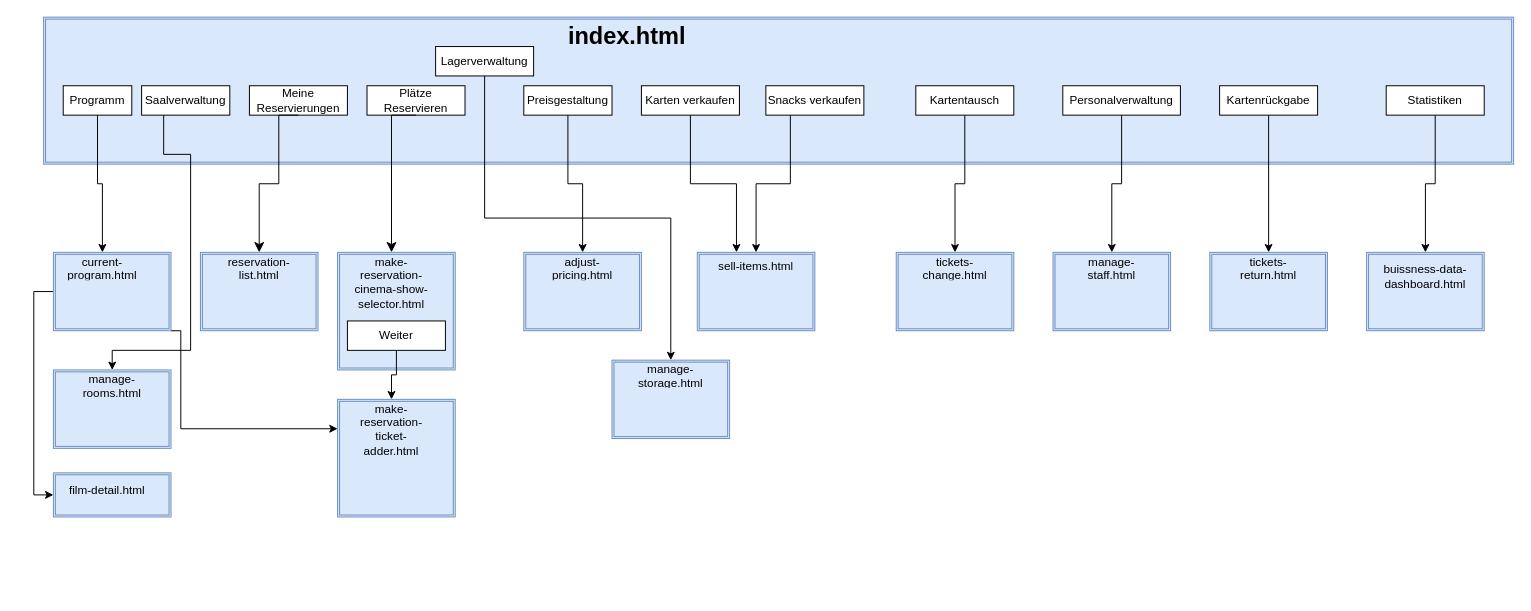
The draw.io diagram src/main/asciidoc/models/design/dialog-flow.drawio in Leonard0108/Anwendungsprogrammierung, before the edit. Source tidied: cells renumbered, new cells numbered last; positions are measured from the earlier drawing's top-left corner, leaving out a move shared by most shapes. Both pictures are drawn from the tidied source at 98%, with x=0, y=0 at pixel (43, 17).
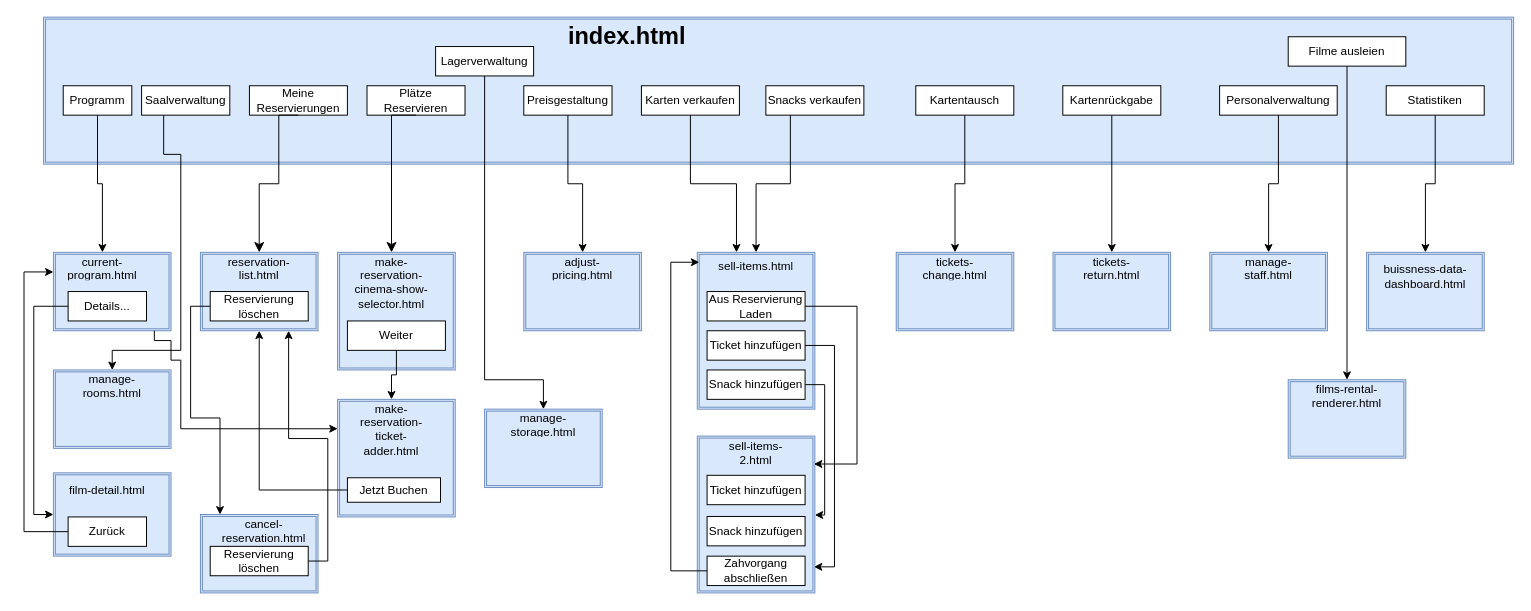
After the change.

Commit message (it also covers changes not shown here):
dialog-flow-diagramm überarbeitet

Unchanged cells that the change refers to:
```xml
<mxCell id="11" style="shape=ext;double=1;rounded=0;whiteSpace=wrap;html=1;fillColor=#dae8fc;strokeColor=#6c8ebf;" parent="1" vertex="1">
  <mxGeometry x="160" y="240" width="120" height="80" as="geometry" />
</mxCell>
<mxCell id="37" value="Saalverwaltung" style="html=1;whiteSpace=wrap;" parent="1" vertex="1">
  <mxGeometry x="100" y="70" width="90" height="30" as="geometry" />
</mxCell>
<mxCell id="39" value="manage-rooms.html" style="text;html=1;strokeColor=none;fillColor=none;align=center;verticalAlign=middle;whiteSpace=wrap;overflow=hidden;" parent="1" vertex="1">
  <mxGeometry x="30" y="360" width="80" height="30" as="geometry" />
</mxCell>
<mxCell id="49" value="Lagerverwaltung" style="html=1;whiteSpace=wrap;" parent="1" vertex="1">
  <mxGeometry x="400" y="30" width="100" height="30" as="geometry" />
</mxCell>
<mxCell id="52" style="shape=ext;double=1;rounded=0;whiteSpace=wrap;html=1;fillColor=#dae8fc;strokeColor=#6c8ebf;" parent="1" vertex="1">
  <mxGeometry x="300" y="390" width="120" height="120" as="geometry" />
</mxCell>
```

Diff of the diagram source:
```diff
@@
+    <mxCell id="6" style="shape=ext;double=1;rounded=0;whiteSpace=wrap;html=1;fillColor=#dae8fc;strokeColor=#6c8ebf;" parent="1" vertex="1">
+      <mxGeometry x="10" y="240" width="120" height="80" as="geometry" />
+    </mxCell>
@@
-    <mxCell id="4" style="edgeStyle=orthogonalEdgeStyle;rounded=0;jettySize=auto;html=1;exitX=1;exitY=1;exitDx=0;exitDy=0;entryX=0;entryY=0.25;entryDx=0;entryDy=0;" parent="1" edge="1" source="6" target="52">
+    <mxCell id="4" style="edgeStyle=orthogonalEdgeStyle;rounded=0;jettySize=auto;html=1;exitX=0.858;exitY=1;exitDx=0;exitDy=0;entryX=0;entryY=0.25;entryDx=0;entryDy=0;exitPerimeter=0;" parent="1" edge="1" source="6" target="52">
       <mxGeometry relative="1" as="geometry">
         <Array as="points">
-          <mxPoint x="140" y="320" />
+          <mxPoint x="113" y="330" />
+          <mxPoint x="130" y="330" />
+          <mxPoint x="130" y="350" />
+          <mxPoint x="140" y="350" />
           <mxPoint x="140" y="420" />
         </Array>
       </mxGeometry>
     </mxCell>
-    <mxCell id="5" style="edgeStyle=orthogonalEdgeStyle;rounded=0;jettySize=auto;html=1;exitX=0;exitY=0.5;exitDx=0;exitDy=0;entryX=0;entryY=0.5;entryDx=0;entryDy=0;" parent="1" edge="1" source="6" target="56">
-      <mxGeometry relative="1" as="geometry" />
+    <mxCell id="5" style="edgeStyle=orthogonalEdgeStyle;rounded=0;jettySize=auto;html=1;exitX=0;exitY=0.5;exitDx=0;exitDy=0;entryX=0;entryY=0.5;entryDx=0;entryDy=0;" parent="1" edge="1" source="84" target="56">
+      <mxGeometry relative="1" as="geometry">
+        <Array as="points">
+          <mxPoint x="-10" y="295" />
+          <mxPoint x="-10" y="508" />
+        </Array>
+      </mxGeometry>
     </mxCell>
-    <mxCell id="6" style="shape=ext;double=1;rounded=0;whiteSpace=wrap;html=1;fillColor=#dae8fc;strokeColor=#6c8ebf;" parent="1" vertex="1">
-      <mxGeometry x="10" y="240" width="120" height="80" as="geometry" />
-    </mxCell>
@@
     <mxCell id="20" style="shape=ext;double=1;rounded=0;whiteSpace=wrap;html=1;fillColor=#dae8fc;strokeColor=#6c8ebf;" parent="1" vertex="1">
-      <mxGeometry x="667" y="240" width="120" height="80" as="geometry" />
+      <mxGeometry x="667" y="240" width="120" height="160" as="geometry" />
     </mxCell>
@@
     <mxCell id="29" value="Kartenrückgabe" style="html=1;whiteSpace=wrap;" parent="1" vertex="1">
-      <mxGeometry x="1200" y="70" width="100" height="30" as="geometry" />
+      <mxGeometry x="1040" y="70" width="100" height="30" as="geometry" />
     </mxCell>
     <mxCell id="30" style="shape=ext;double=1;rounded=0;whiteSpace=wrap;html=1;fillColor=#dae8fc;strokeColor=#6c8ebf;" parent="1" vertex="1">
-      <mxGeometry x="1190" y="240" width="120" height="80" as="geometry" />
+      <mxGeometry x="1030" y="240" width="120" height="80" as="geometry" />
     </mxCell>
     <mxCell id="31" value="&lt;div&gt;tickets-return.html&lt;/div&gt;" style="text;html=1;strokeColor=none;fillColor=none;align=center;verticalAlign=middle;whiteSpace=wrap;overflow=hidden;" parent="1" vertex="1">
-      <mxGeometry x="1210" y="240" width="80" height="30" as="geometry" />
+      <mxGeometry x="1050" y="240" width="80" height="30" as="geometry" />
     </mxCell>
@@
     <mxCell id="36" style="edgeStyle=orthogonalEdgeStyle;rounded=0;jettySize=auto;html=1;exitX=0.25;exitY=1;exitDx=0;exitDy=0;entryX=0.5;entryY=0;entryDx=0;entryDy=0;" parent="1" edge="1" source="37" target="39">
       <mxGeometry relative="1" as="geometry">
         <Array as="points">
-          <mxPoint x="150" y="140" />
-          <mxPoint x="150" y="340" />
+          <mxPoint x="123" y="140" />
+          <mxPoint x="140" y="140" />
+          <mxPoint x="140" y="340" />
           <mxPoint x="70" y="340" />
         </Array>
       </mxGeometry>
     </mxCell>
@@
     <mxCell id="45" value="Personalverwaltung" style="html=1;whiteSpace=wrap;" parent="1" vertex="1">
-      <mxGeometry x="1040" y="70" width="120" height="30" as="geometry" />
+      <mxGeometry x="1200" y="70" width="120" height="30" as="geometry" />
     </mxCell>
     <mxCell id="46" style="shape=ext;double=1;rounded=0;whiteSpace=wrap;html=1;fillColor=#dae8fc;strokeColor=#6c8ebf;" parent="1" vertex="1">
-      <mxGeometry x="1030" y="240" width="120" height="80" as="geometry" />
+      <mxGeometry x="1190" y="240" width="120" height="80" as="geometry" />
     </mxCell>
     <mxCell id="47" value="manage-staff.html" style="text;html=1;strokeColor=none;fillColor=none;align=center;verticalAlign=middle;whiteSpace=wrap;overflow=hidden;" parent="1" vertex="1">
-      <mxGeometry x="1050" y="240" width="80" height="30" as="geometry" />
+      <mxGeometry x="1210" y="240" width="80" height="30" as="geometry" />
     </mxCell>
     <mxCell id="48" style="edgeStyle=orthogonalEdgeStyle;rounded=0;jettySize=auto;html=1;exitX=0.5;exitY=1;exitDx=0;exitDy=0;entryX=0.5;entryY=0;entryDx=0;entryDy=0;" parent="1" edge="1" source="49" target="51">
-      <mxGeometry relative="1" as="geometry" />
+      <mxGeometry relative="1" as="geometry">
+        <Array as="points">
+          <mxPoint x="450" y="370" />
+          <mxPoint x="510" y="370" />
+        </Array>
+      </mxGeometry>
     </mxCell>
@@
     <mxCell id="50" style="shape=ext;double=1;rounded=0;whiteSpace=wrap;html=1;fillColor=#dae8fc;strokeColor=#6c8ebf;" parent="1" vertex="1">
-      <mxGeometry x="580" y="350" width="120" height="80" as="geometry" />
+      <mxGeometry x="450" y="400" width="120" height="80" as="geometry" />
     </mxCell>
     <mxCell id="51" value="manage-storage.html" style="text;html=1;strokeColor=none;fillColor=none;align=center;verticalAlign=middle;whiteSpace=wrap;overflow=hidden;" parent="1" vertex="1">
-      <mxGeometry x="600" y="350" width="80" height="30" as="geometry" />
+      <mxGeometry x="470" y="400" width="80" height="30" as="geometry" />
     </mxCell>
@@
     <mxCell id="56" style="shape=ext;double=1;rounded=0;whiteSpace=wrap;html=1;fillColor=#dae8fc;strokeColor=#6c8ebf;" parent="1" vertex="1">
-      <mxGeometry x="10" y="465" width="120" height="45" as="geometry" />
+      <mxGeometry x="10" y="465" width="120" height="85" as="geometry" />
     </mxCell>
@@
+    <mxCell id="58" style="edgeStyle=orthogonalEdgeStyle;rounded=0;jettySize=auto;html=1;exitX=0;exitY=0.5;exitDx=0;exitDy=0;entryX=0;entryY=0.25;entryDx=0;entryDy=0;" parent="1" edge="1" source="59" target="6">
+      <mxGeometry relative="1" as="geometry">
+        <Array as="points">
+          <mxPoint x="-20" y="525" />
+          <mxPoint x="-20" y="260" />
+        </Array>
+      </mxGeometry>
+    </mxCell>
+    <mxCell id="59" value="Zurück" style="rounded=0;whiteSpace=wrap;html=1;" parent="1" vertex="1">
+      <mxGeometry x="25" y="510" width="80" height="30" as="geometry" />
+    </mxCell>
+    <mxCell id="60" style="edgeStyle=orthogonalEdgeStyle;rounded=0;jettySize=auto;html=1;exitX=0;exitY=0.5;exitDx=0;exitDy=0;" parent="1" edge="1" source="61" target="11">
+      <mxGeometry relative="1" as="geometry" />
+    </mxCell>
+    <mxCell id="61" value="Jetzt Buchen" style="rounded=0;whiteSpace=wrap;html=1;" parent="1" vertex="1">
+      <mxGeometry x="310" y="470" width="95" height="25" as="geometry" />
+    </mxCell>
+    <mxCell id="62" style="edgeStyle=orthogonalEdgeStyle;rounded=0;jettySize=auto;html=1;exitX=1;exitY=0.5;exitDx=0;exitDy=0;entryX=0.992;entryY=0.834;entryDx=0;entryDy=0;entryPerimeter=0;" parent="1" edge="1" source="63" target="67">
+      <mxGeometry relative="1" as="geometry" />
+    </mxCell>
+    <mxCell id="63" value="Ticket hinzufügen" style="html=1;whiteSpace=wrap;" parent="1" vertex="1">
+      <mxGeometry x="677" y="320" width="100" height="30" as="geometry" />
+    </mxCell>
+    <mxCell id="64" value="Aus Reservierung Laden" style="html=1;whiteSpace=wrap;" parent="1" vertex="1">
+      <mxGeometry x="677" y="280" width="100" height="30" as="geometry" />
+    </mxCell>
+    <mxCell id="65" style="edgeStyle=orthogonalEdgeStyle;rounded=0;jettySize=auto;html=1;exitX=1;exitY=0.5;exitDx=0;exitDy=0;" parent="1" edge="1" source="66" target="67">
+      <mxGeometry relative="1" as="geometry">
+        <Array as="points">
+          <mxPoint x="797" y="375" />
+          <mxPoint x="797" y="508" />
+        </Array>
+      </mxGeometry>
+    </mxCell>
+    <mxCell id="66" value="Snack hinzufügen" style="html=1;whiteSpace=wrap;" parent="1" vertex="1">
+      <mxGeometry x="677" y="360" width="100" height="30" as="geometry" />
+    </mxCell>
+    <mxCell id="67" style="shape=ext;double=1;rounded=0;whiteSpace=wrap;html=1;fillColor=#dae8fc;strokeColor=#6c8ebf;" parent="1" vertex="1">
+      <mxGeometry x="667" y="427.5" width="120" height="160" as="geometry" />
+    </mxCell>
+    <mxCell id="68" value="sell-items-2.html" style="text;html=1;strokeColor=none;fillColor=none;align=center;verticalAlign=middle;whiteSpace=wrap;overflow=hidden;" parent="1" vertex="1">
+      <mxGeometry x="687" y="427.5" width="80" height="30" as="geometry" />
+    </mxCell>
+    <mxCell id="69" value="Ticket hinzufügen" style="html=1;whiteSpace=wrap;" parent="1" vertex="1">
+      <mxGeometry x="677" y="467.5" width="100" height="30" as="geometry" />
+    </mxCell>
+    <mxCell id="70" value="Snack hinzufügen" style="html=1;whiteSpace=wrap;" parent="1" vertex="1">
+      <mxGeometry x="677" y="509.5" width="100" height="30" as="geometry" />
+    </mxCell>
+    <mxCell id="71" value="Zahvorgang abschließen" style="html=1;whiteSpace=wrap;" parent="1" vertex="1">
+      <mxGeometry x="677" y="550" width="100" height="30" as="geometry" />
+    </mxCell>
+    <mxCell id="72" style="edgeStyle=orthogonalEdgeStyle;rounded=0;jettySize=auto;html=1;exitX=1;exitY=0.5;exitDx=0;exitDy=0;entryX=0.992;entryY=0.178;entryDx=0;entryDy=0;entryPerimeter=0;" parent="1" edge="1" source="64" target="67">
+      <mxGeometry relative="1" as="geometry">
+        <Array as="points">
+          <mxPoint x="830" y="295" />
+          <mxPoint x="830" y="456" />
+        </Array>
+      </mxGeometry>
+    </mxCell>
+    <mxCell id="73" style="edgeStyle=orthogonalEdgeStyle;rounded=0;jettySize=auto;html=1;exitX=0;exitY=0.5;exitDx=0;exitDy=0;entryX=0.017;entryY=0.063;entryDx=0;entryDy=0;entryPerimeter=0;" parent="1" edge="1" source="71" target="20">
+      <mxGeometry relative="1" as="geometry">
+        <Array as="points">
+          <mxPoint x="640" y="565" />
+          <mxPoint x="640" y="250" />
+        </Array>
+      </mxGeometry>
+    </mxCell>
+    <mxCell id="74" style="edgeStyle=orthogonalEdgeStyle;rounded=0;jettySize=auto;html=1;exitX=0.5;exitY=1;exitDx=0;exitDy=0;" parent="1" edge="1" source="75" target="77">
+      <mxGeometry relative="1" as="geometry" />
+    </mxCell>
+    <mxCell id="75" value="Filme ausleien" style="html=1;whiteSpace=wrap;" parent="1" vertex="1">
+      <mxGeometry x="1270" y="20" width="120" height="30" as="geometry" />
+    </mxCell>
+    <mxCell id="76" style="shape=ext;double=1;rounded=0;whiteSpace=wrap;html=1;fillColor=#dae8fc;strokeColor=#6c8ebf;" parent="1" vertex="1">
+      <mxGeometry x="1270" y="370" width="120" height="80" as="geometry" />
+    </mxCell>
+    <mxCell id="77" value="films-rental-renderer.html" style="text;html=1;strokeColor=none;fillColor=none;align=center;verticalAlign=middle;whiteSpace=wrap;overflow=hidden;" parent="1" vertex="1">
+      <mxGeometry x="1290" y="370" width="80" height="30" as="geometry" />
+    </mxCell>
+    <mxCell id="78" style="shape=ext;double=1;rounded=0;whiteSpace=wrap;html=1;fillColor=#dae8fc;strokeColor=#6c8ebf;" parent="1" vertex="1">
+      <mxGeometry x="160" y="507.5" width="120" height="80" as="geometry" />
+    </mxCell>
+    <mxCell id="79" value="cancel-reservation.html" style="text;html=1;strokeColor=none;fillColor=none;align=center;verticalAlign=middle;whiteSpace=wrap;overflow=hidden;" parent="1" vertex="1">
+      <mxGeometry x="180" y="507.5" width="90" height="30" as="geometry" />
+    </mxCell>
+    <mxCell id="80" style="edgeStyle=orthogonalEdgeStyle;rounded=0;jettySize=auto;html=1;exitX=0;exitY=0.5;exitDx=0;exitDy=0;entryX=0;entryY=0;entryDx=0;entryDy=0;" parent="1" edge="1" source="81" target="79">
+      <mxGeometry relative="1" as="geometry">
+        <Array as="points">
+          <mxPoint x="150" y="295" />
+          <mxPoint x="150" y="409" />
+          <mxPoint x="180" y="409" />
+        </Array>
+      </mxGeometry>
+    </mxCell>
+    <mxCell id="81" value="Reservierung löschen" style="html=1;whiteSpace=wrap;" parent="1" vertex="1">
+      <mxGeometry x="170" y="280" width="100" height="30" as="geometry" />
+    </mxCell>
+    <mxCell id="82" style="edgeStyle=orthogonalEdgeStyle;rounded=0;jettySize=auto;html=1;exitX=1;exitY=0.5;exitDx=0;exitDy=0;entryX=0.75;entryY=1;entryDx=0;entryDy=0;" parent="1" edge="1" source="83" target="11">
+      <mxGeometry relative="1" as="geometry" />
+    </mxCell>
+    <mxCell id="83" value="Reservierung löschen" style="html=1;whiteSpace=wrap;" parent="1" vertex="1">
+      <mxGeometry x="170" y="540" width="100" height="30" as="geometry" />
+    </mxCell>
+    <mxCell id="84" value="Details..." style="rounded=0;whiteSpace=wrap;html=1;" parent="1" vertex="1">
+      <mxGeometry x="25" y="280" width="80" height="30" as="geometry" />
+    </mxCell>
```
